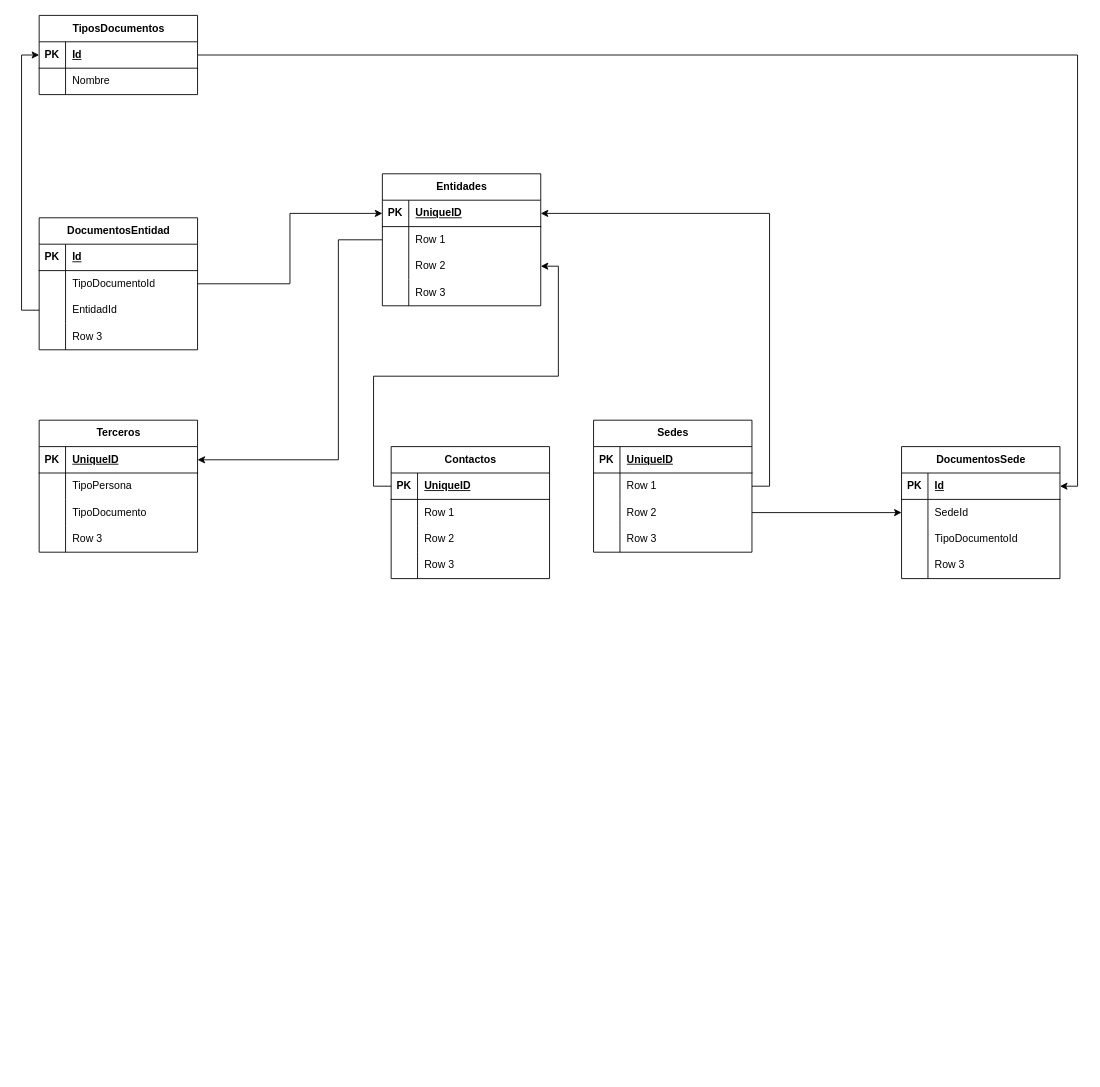
Above: Modelo.drawio in juancho0562019/devops (draw.io), before the change. Source tidied: cells renumbered, new cells numbered last; positions are measured from the earlier drawing's top-left corner, leaving out a move shared by most shapes. Both pictures are drawn from the tidied source at 88%, with x=0, y=0 at pixel (39, 15).
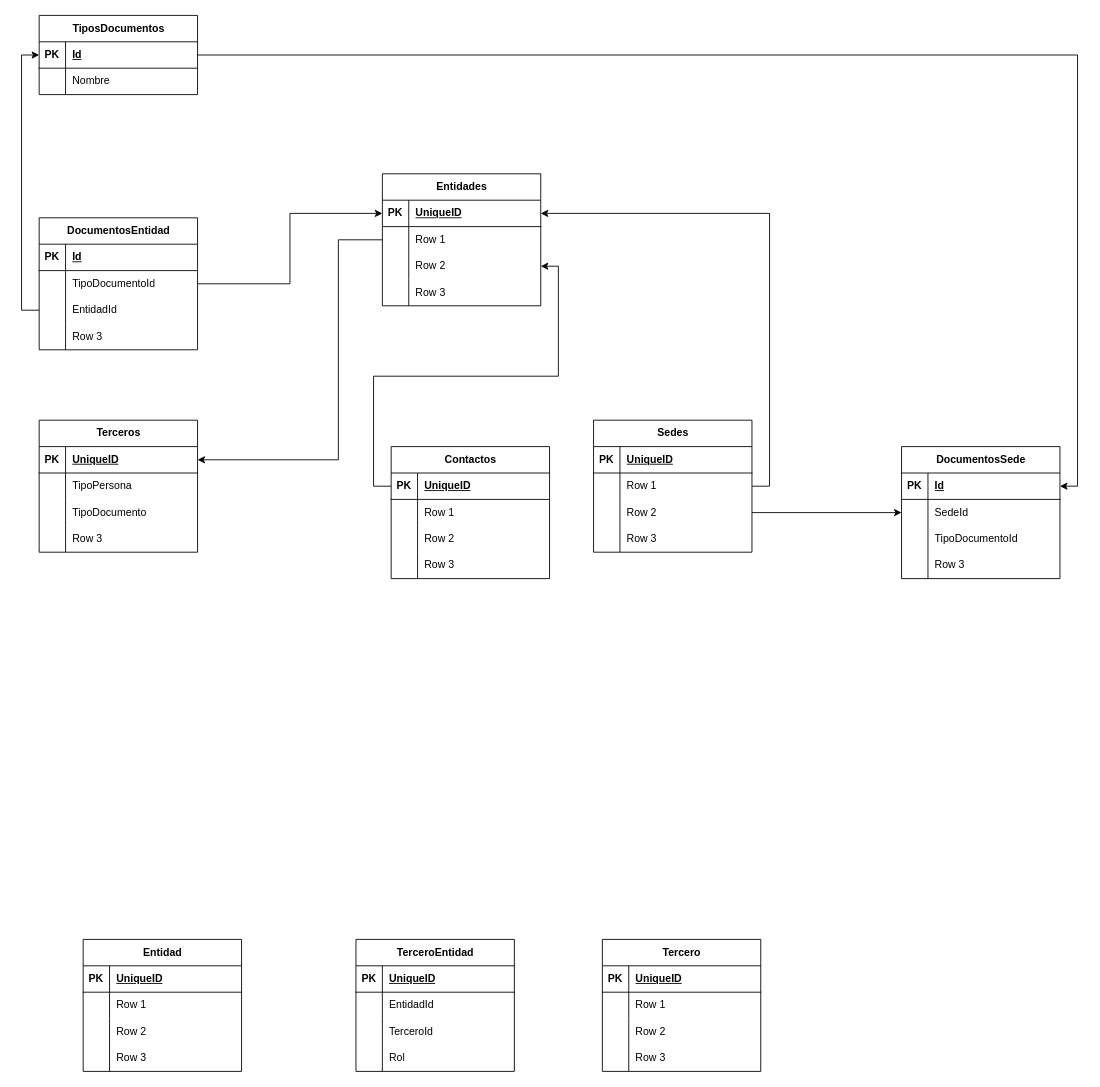
Above is the later version.

Diff of the diagram source:
```diff
@@
+    <mxCell id="94" value="Entidad" style="shape=table;startSize=30;childLayout=tableLayout;rowLines=0;fontStyle=1;align=center;html=1;" parent="1" vertex="1">
+      <mxGeometry x="50" y="1050" width="180" height="150" as="geometry" />
+    </mxCell>
+    <mxCell id="95" style="shape=tableRow;horizontal=0;startSize=0;swimlaneHead=0;swimlaneBody=0;fillColor=none;top=0;left=0;right=0;bottom=1;" parent="94" vertex="1">
+      <mxGeometry y="30" width="180" height="30" as="geometry" />
+    </mxCell>
+    <mxCell id="96" value="PK" style="shape=partialRectangle;fillColor=none;top=0;left=0;bottom=0;right=0;fontStyle=1;overflow=hidden;whiteSpace=wrap;html=1;" parent="95" vertex="1">
+      <mxGeometry width="30" height="30" as="geometry" />
+    </mxCell>
+    <mxCell id="97" value="UniqueID" style="shape=partialRectangle;fillColor=none;top=0;left=0;bottom=0;right=0;align=left;spacingLeft=6;fontStyle=5;overflow=hidden;whiteSpace=wrap;html=1;" parent="95" vertex="1">
+      <mxGeometry x="30" width="150" height="30" as="geometry" />
+    </mxCell>
+    <mxCell id="98" style="shape=tableRow;horizontal=0;startSize=0;swimlaneHead=0;swimlaneBody=0;fillColor=none;top=0;left=0;right=0;bottom=0;" parent="94" vertex="1">
+      <mxGeometry y="60" width="180" height="30" as="geometry" />
+    </mxCell>
+    <mxCell id="99" style="shape=partialRectangle;fillColor=none;top=0;left=0;bottom=0;right=0;overflow=hidden;whiteSpace=wrap;html=1;" parent="98" vertex="1">
+      <mxGeometry width="30" height="30" as="geometry" />
+    </mxCell>
+    <mxCell id="100" value="Row 1" style="shape=partialRectangle;fillColor=none;top=0;left=0;bottom=0;right=0;align=left;spacingLeft=6;overflow=hidden;whiteSpace=wrap;html=1;" parent="98" vertex="1">
+      <mxGeometry x="30" width="150" height="30" as="geometry" />
+    </mxCell>
+    <mxCell id="101" style="shape=tableRow;horizontal=0;startSize=0;swimlaneHead=0;swimlaneBody=0;fillColor=none;top=0;left=0;right=0;bottom=0;" parent="94" vertex="1">
+      <mxGeometry y="90" width="180" height="30" as="geometry" />
+    </mxCell>
+    <mxCell id="102" style="shape=partialRectangle;fillColor=none;top=0;left=0;bottom=0;right=0;overflow=hidden;whiteSpace=wrap;html=1;" parent="101" vertex="1">
+      <mxGeometry width="30" height="30" as="geometry" />
+    </mxCell>
+    <mxCell id="103" value="Row 2" style="shape=partialRectangle;fillColor=none;top=0;left=0;bottom=0;right=0;align=left;spacingLeft=6;overflow=hidden;whiteSpace=wrap;html=1;" parent="101" vertex="1">
+      <mxGeometry x="30" width="150" height="30" as="geometry" />
+    </mxCell>
+    <mxCell id="104" style="shape=tableRow;horizontal=0;startSize=0;swimlaneHead=0;swimlaneBody=0;fillColor=none;top=0;left=0;right=0;bottom=0;" parent="94" vertex="1">
+      <mxGeometry y="120" width="180" height="30" as="geometry" />
+    </mxCell>
+    <mxCell id="105" style="shape=partialRectangle;fillColor=none;top=0;left=0;bottom=0;right=0;overflow=hidden;whiteSpace=wrap;html=1;" parent="104" vertex="1">
+      <mxGeometry width="30" height="30" as="geometry" />
+    </mxCell>
+    <mxCell id="106" value="Row 3" style="shape=partialRectangle;fillColor=none;top=0;left=0;bottom=0;right=0;align=left;spacingLeft=6;overflow=hidden;whiteSpace=wrap;html=1;" parent="104" vertex="1">
+      <mxGeometry x="30" width="150" height="30" as="geometry" />
+    </mxCell>
+    <mxCell id="107" value="Tercero" style="shape=table;startSize=30;childLayout=tableLayout;rowLines=0;fontStyle=1;align=center;html=1;" parent="1" vertex="1">
+      <mxGeometry x="640" y="1050" width="180" height="150" as="geometry" />
+    </mxCell>
+    <mxCell id="108" style="shape=tableRow;horizontal=0;startSize=0;swimlaneHead=0;swimlaneBody=0;fillColor=none;top=0;left=0;right=0;bottom=1;" parent="107" vertex="1">
+      <mxGeometry y="30" width="180" height="30" as="geometry" />
+    </mxCell>
+    <mxCell id="109" value="PK" style="shape=partialRectangle;fillColor=none;top=0;left=0;bottom=0;right=0;fontStyle=1;overflow=hidden;whiteSpace=wrap;html=1;" parent="108" vertex="1">
+      <mxGeometry width="30" height="30" as="geometry" />
+    </mxCell>
+    <mxCell id="110" value="UniqueID" style="shape=partialRectangle;fillColor=none;top=0;left=0;bottom=0;right=0;align=left;spacingLeft=6;fontStyle=5;overflow=hidden;whiteSpace=wrap;html=1;" parent="108" vertex="1">
+      <mxGeometry x="30" width="150" height="30" as="geometry" />
+    </mxCell>
+    <mxCell id="111" style="shape=tableRow;horizontal=0;startSize=0;swimlaneHead=0;swimlaneBody=0;fillColor=none;top=0;left=0;right=0;bottom=0;" parent="107" vertex="1">
+      <mxGeometry y="60" width="180" height="30" as="geometry" />
+    </mxCell>
+    <mxCell id="112" style="shape=partialRectangle;fillColor=none;top=0;left=0;bottom=0;right=0;overflow=hidden;whiteSpace=wrap;html=1;" parent="111" vertex="1">
+      <mxGeometry width="30" height="30" as="geometry" />
+    </mxCell>
+    <mxCell id="113" value="Row 1" style="shape=partialRectangle;fillColor=none;top=0;left=0;bottom=0;right=0;align=left;spacingLeft=6;overflow=hidden;whiteSpace=wrap;html=1;" parent="111" vertex="1">
+      <mxGeometry x="30" width="150" height="30" as="geometry" />
+    </mxCell>
+    <mxCell id="114" style="shape=tableRow;horizontal=0;startSize=0;swimlaneHead=0;swimlaneBody=0;fillColor=none;top=0;left=0;right=0;bottom=0;" parent="107" vertex="1">
+      <mxGeometry y="90" width="180" height="30" as="geometry" />
+    </mxCell>
+    <mxCell id="115" style="shape=partialRectangle;fillColor=none;top=0;left=0;bottom=0;right=0;overflow=hidden;whiteSpace=wrap;html=1;" parent="114" vertex="1">
+      <mxGeometry width="30" height="30" as="geometry" />
+    </mxCell>
+    <mxCell id="116" value="Row 2" style="shape=partialRectangle;fillColor=none;top=0;left=0;bottom=0;right=0;align=left;spacingLeft=6;overflow=hidden;whiteSpace=wrap;html=1;" parent="114" vertex="1">
+      <mxGeometry x="30" width="150" height="30" as="geometry" />
+    </mxCell>
+    <mxCell id="117" style="shape=tableRow;horizontal=0;startSize=0;swimlaneHead=0;swimlaneBody=0;fillColor=none;top=0;left=0;right=0;bottom=0;" parent="107" vertex="1">
+      <mxGeometry y="120" width="180" height="30" as="geometry" />
+    </mxCell>
+    <mxCell id="118" style="shape=partialRectangle;fillColor=none;top=0;left=0;bottom=0;right=0;overflow=hidden;whiteSpace=wrap;html=1;" parent="117" vertex="1">
+      <mxGeometry width="30" height="30" as="geometry" />
+    </mxCell>
+    <mxCell id="119" value="Row 3" style="shape=partialRectangle;fillColor=none;top=0;left=0;bottom=0;right=0;align=left;spacingLeft=6;overflow=hidden;whiteSpace=wrap;html=1;" parent="117" vertex="1">
+      <mxGeometry x="30" width="150" height="30" as="geometry" />
+    </mxCell>
+    <mxCell id="120" value="TerceroEntidad" style="shape=table;startSize=30;childLayout=tableLayout;rowLines=0;fontStyle=1;align=center;html=1;" parent="1" vertex="1">
+      <mxGeometry x="360" y="1050" width="180" height="150" as="geometry" />
+    </mxCell>
+    <mxCell id="121" style="shape=tableRow;horizontal=0;startSize=0;swimlaneHead=0;swimlaneBody=0;fillColor=none;top=0;left=0;right=0;bottom=1;" parent="120" vertex="1">
+      <mxGeometry y="30" width="180" height="30" as="geometry" />
+    </mxCell>
+    <mxCell id="122" value="PK" style="shape=partialRectangle;fillColor=none;top=0;left=0;bottom=0;right=0;fontStyle=1;overflow=hidden;whiteSpace=wrap;html=1;" parent="121" vertex="1">
+      <mxGeometry width="30" height="30" as="geometry" />
+    </mxCell>
+    <mxCell id="123" value="UniqueID" style="shape=partialRectangle;fillColor=none;top=0;left=0;bottom=0;right=0;align=left;spacingLeft=6;fontStyle=5;overflow=hidden;whiteSpace=wrap;html=1;" parent="121" vertex="1">
+      <mxGeometry x="30" width="150" height="30" as="geometry" />
+    </mxCell>
+    <mxCell id="124" style="shape=tableRow;horizontal=0;startSize=0;swimlaneHead=0;swimlaneBody=0;fillColor=none;top=0;left=0;right=0;bottom=0;" parent="120" vertex="1">
+      <mxGeometry y="60" width="180" height="30" as="geometry" />
+    </mxCell>
+    <mxCell id="125" style="shape=partialRectangle;fillColor=none;top=0;left=0;bottom=0;right=0;overflow=hidden;whiteSpace=wrap;html=1;" parent="124" vertex="1">
+      <mxGeometry width="30" height="30" as="geometry" />
+    </mxCell>
+    <mxCell id="126" value="EntidadId" style="shape=partialRectangle;fillColor=none;top=0;left=0;bottom=0;right=0;align=left;spacingLeft=6;overflow=hidden;whiteSpace=wrap;html=1;" parent="124" vertex="1">
+      <mxGeometry x="30" width="150" height="30" as="geometry" />
+    </mxCell>
+    <mxCell id="127" style="shape=tableRow;horizontal=0;startSize=0;swimlaneHead=0;swimlaneBody=0;fillColor=none;top=0;left=0;right=0;bottom=0;" parent="120" vertex="1">
+      <mxGeometry y="90" width="180" height="30" as="geometry" />
+    </mxCell>
+    <mxCell id="128" style="shape=partialRectangle;fillColor=none;top=0;left=0;bottom=0;right=0;overflow=hidden;whiteSpace=wrap;html=1;" parent="127" vertex="1">
+      <mxGeometry width="30" height="30" as="geometry" />
+    </mxCell>
+    <mxCell id="129" value="TerceroId" style="shape=partialRectangle;fillColor=none;top=0;left=0;bottom=0;right=0;align=left;spacingLeft=6;overflow=hidden;whiteSpace=wrap;html=1;" parent="127" vertex="1">
+      <mxGeometry x="30" width="150" height="30" as="geometry" />
+    </mxCell>
+    <mxCell id="130" style="shape=tableRow;horizontal=0;startSize=0;swimlaneHead=0;swimlaneBody=0;fillColor=none;top=0;left=0;right=0;bottom=0;" parent="120" vertex="1">
+      <mxGeometry y="120" width="180" height="30" as="geometry" />
+    </mxCell>
+    <mxCell id="131" style="shape=partialRectangle;fillColor=none;top=0;left=0;bottom=0;right=0;overflow=hidden;whiteSpace=wrap;html=1;" parent="130" vertex="1">
+      <mxGeometry width="30" height="30" as="geometry" />
+    </mxCell>
+    <mxCell id="132" value="Rol" style="shape=partialRectangle;fillColor=none;top=0;left=0;bottom=0;right=0;align=left;spacingLeft=6;overflow=hidden;whiteSpace=wrap;html=1;" parent="130" vertex="1">
+      <mxGeometry x="30" width="150" height="30" as="geometry" />
+    </mxCell>
```
